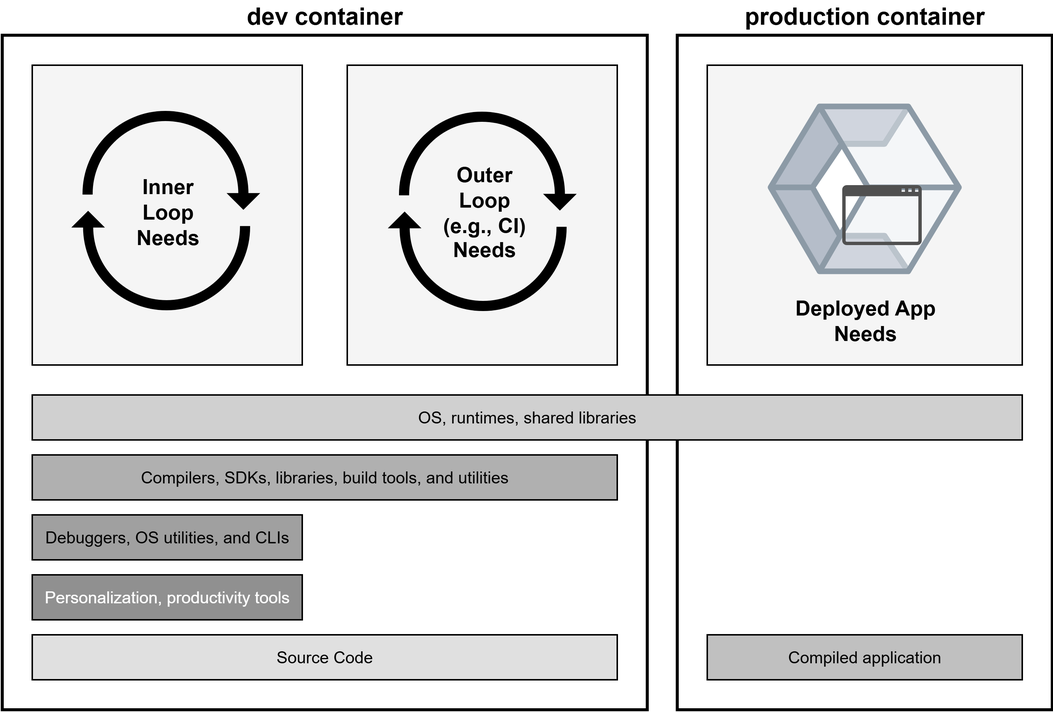
andygruber/master-thesis-mcce keeps this draw.io diagram as figures/DevelopmentContainers2025-devContainerStages.png. Above is the earlier version. Source tidied: cells renumbered, new cells last; positions are measured from the earlier drawing's top-left corner, leaving out a move shared by most shapes.
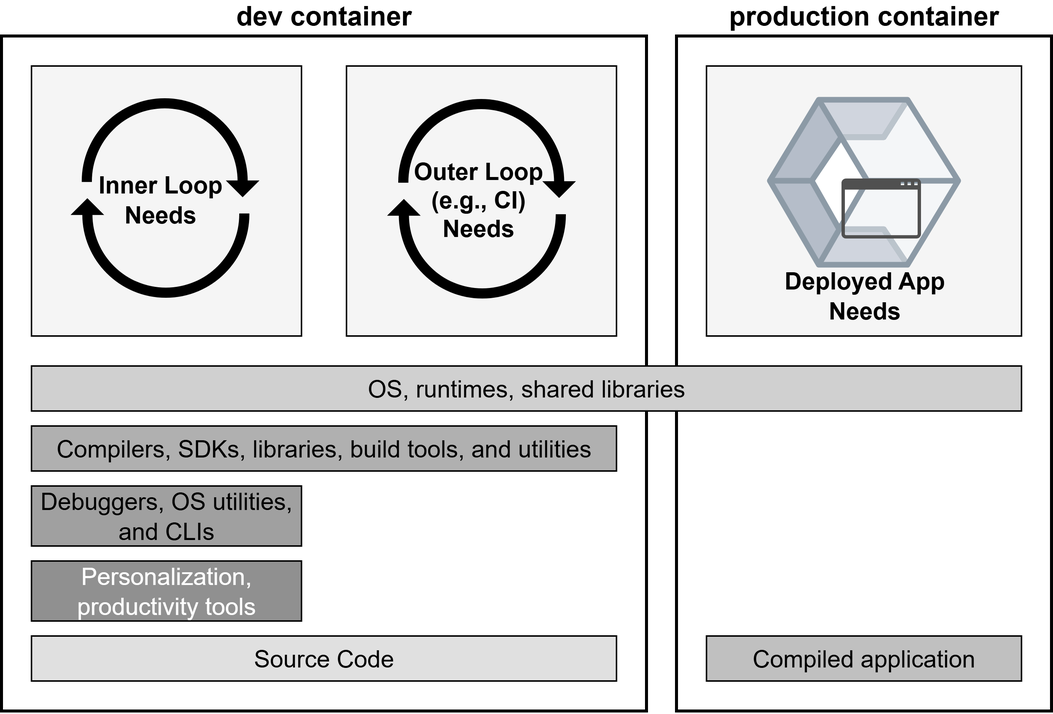
After the commit.

The edit, as a diff of the source:
```diff
@@ -2,10 +2,10 @@
   <root>
     <mxCell id="0" />
     <mxCell id="1" parent="0" />
-    <mxCell id="2" value="dev container" style="text;html=1;strokeColor=none;fillColor=none;align=center;verticalAlign=middle;whiteSpace=wrap;rounded=0;fontSize=16;fontStyle=1;fontColor=#000000;" parent="1" vertex="1">
+    <mxCell id="2" value="dev container" style="text;html=1;strokeColor=none;fillColor=none;align=center;verticalAlign=middle;whiteSpace=wrap;rounded=0;fontSize=18;fontStyle=1;fontColor=#000000;" parent="1" vertex="1">
       <mxGeometry width="430" height="20" as="geometry" />
     </mxCell>
-    <mxCell id="3" value="production container" style="text;html=1;strokeColor=none;fillColor=none;align=center;verticalAlign=middle;whiteSpace=wrap;rounded=0;fontSize=16;fontStyle=1;fontColor=#000000;" parent="1" vertex="1">
+    <mxCell id="3" value="production container" style="text;html=1;strokeColor=none;fillColor=none;align=center;verticalAlign=middle;whiteSpace=wrap;rounded=0;fontSize=18;fontStyle=1;fontColor=#000000;" parent="1" vertex="1">
       <mxGeometry x="450" width="250" height="20" as="geometry" />
     </mxCell>
     <mxCell id="4" style="rounded=0;whiteSpace=wrap;html=1;strokeColor=#000000;fillColor=#FFFFFF;strokeWidth=2;" parent="1" vertex="1">
@@ -15,58 +15,58 @@
       <mxGeometry x="450" y="23" width="250" height="450" as="geometry" />
     </mxCell>
     <mxCell id="6" style="rounded=0;whiteSpace=wrap;html=1;strokeColor=#000000;fillColor=#F5F5F5;strokeWidth=1;" parent="1" vertex="1">
-      <mxGeometry x="20" y="43" width="180" height="200" as="geometry" />
+      <mxGeometry x="20" y="43" width="180" height="180" as="geometry" />
     </mxCell>
-    <mxCell id="7" value="Inner Loop&#10;Needs" style="text;html=1;strokeColor=none;fillColor=none;align=center;verticalAlign=middle;whiteSpace=wrap;rounded=0;fontSize=14;fontColor=#000000;fontStyle=1;" parent="1" vertex="1">
-      <mxGeometry x="76.7" y="118" width="66.6" height="45" as="geometry" />
+    <mxCell id="7" value="Inner Loop&#10;Needs" style="text;html=1;strokeColor=none;fillColor=none;align=center;verticalAlign=middle;whiteSpace=wrap;rounded=0;fontSize=16;fontColor=#000000;fontStyle=1;" parent="1" vertex="1">
+      <mxGeometry x="56" y="109" width="100" height="45" as="geometry" />
     </mxCell>
     <mxCell id="8" style="rounded=0;whiteSpace=wrap;html=1;strokeColor=#000000;fillColor=#F5F5F5;strokeWidth=1;" parent="1" vertex="1">
-      <mxGeometry x="230" y="43" width="180" height="200" as="geometry" />
+      <mxGeometry x="230" y="43" width="180" height="180" as="geometry" />
     </mxCell>
     <mxCell id="9" style="rounded=0;whiteSpace=wrap;html=1;strokeColor=#000000;fillColor=#F5F5F5;strokeWidth=1;" parent="1" vertex="1">
-      <mxGeometry x="470" y="43" width="210" height="200" as="geometry" />
+      <mxGeometry x="470" y="43" width="210" height="180" as="geometry" />
     </mxCell>
-    <mxCell id="10" value="Deployed App&#10;Needs" style="text;html=1;strokeColor=none;fillColor=none;align=center;verticalAlign=middle;whiteSpace=wrap;rounded=0;fontSize=14;fontColor=#000000;fontStyle=1;" parent="1" vertex="1">
-      <mxGeometry x="512.5" y="193" width="125" height="40" as="geometry" />
+    <mxCell id="10" value="Deployed App&#10;Needs" style="text;html=1;strokeColor=none;fillColor=none;align=center;verticalAlign=middle;whiteSpace=wrap;rounded=0;fontSize=16;fontColor=#000000;fontStyle=1;" parent="1" vertex="1">
+      <mxGeometry x="512.5" y="176" width="125" height="40" as="geometry" />
     </mxCell>
-    <mxCell id="11" value="OS, runtimes, shared libraries" style="rounded=0;whiteSpace=wrap;html=1;strokeColor=#000000;fillColor=#D0D0D0;strokeWidth=1;fontSize=11;fontColor=#000000;align=center;" parent="1" vertex="1">
-      <mxGeometry x="20" y="263" width="660" height="30" as="geometry" />
+    <mxCell id="11" value="OS, runtimes, shared libraries" style="rounded=0;whiteSpace=wrap;html=1;strokeColor=#000000;fillColor=#D0D0D0;strokeWidth=1;fontSize=16;fontColor=#000000;align=center;" parent="1" vertex="1">
+      <mxGeometry x="20" y="243" width="660" height="30" as="geometry" />
     </mxCell>
-    <mxCell id="12" value="Compilers, SDKs, libraries, build tools, and utilities" style="rounded=0;whiteSpace=wrap;html=1;strokeColor=#000000;fillColor=#B0B0B0;strokeWidth=1;fontSize=11;fontColor=#000000;align=center;" parent="1" vertex="1">
-      <mxGeometry x="20" y="303" width="390" height="30" as="geometry" />
+    <mxCell id="12" value="Compilers, SDKs, libraries, build tools, and utilities" style="rounded=0;whiteSpace=wrap;html=1;strokeColor=#000000;fillColor=#B0B0B0;strokeWidth=1;fontSize=16;fontColor=#000000;align=center;" parent="1" vertex="1">
+      <mxGeometry x="20" y="283" width="390" height="30" as="geometry" />
     </mxCell>
-    <mxCell id="13" value="Debuggers, OS utilities, and CLIs" style="rounded=0;whiteSpace=wrap;html=1;strokeColor=#000000;fillColor=#A0A0A0;strokeWidth=1;fontSize=11;fontColor=#000000;align=center;" parent="1" vertex="1">
-      <mxGeometry x="20" y="343" width="180" height="30" as="geometry" />
+    <mxCell id="13" value="Debuggers, OS utilities, and CLIs" style="rounded=0;whiteSpace=wrap;html=1;strokeColor=#000000;fillColor=#A0A0A0;strokeWidth=1;fontSize=16;fontColor=#000000;align=center;" parent="1" vertex="1">
+      <mxGeometry x="20" y="323" width="180" height="40" as="geometry" />
     </mxCell>
-    <mxCell id="14" value="Personalization, productivity tools" style="rounded=0;whiteSpace=wrap;html=1;strokeColor=#000000;fillColor=#909090;strokeWidth=1;fontSize=11;fontColor=#FFFFFF;align=center;" parent="1" vertex="1">
-      <mxGeometry x="20" y="383" width="180" height="30" as="geometry" />
+    <mxCell id="14" value="Personalization, productivity tools" style="rounded=0;whiteSpace=wrap;html=1;strokeColor=#000000;fillColor=#909090;strokeWidth=1;fontSize=16;fontColor=#FFFFFF;align=center;" parent="1" vertex="1">
+      <mxGeometry x="20" y="373" width="180" height="40" as="geometry" />
     </mxCell>
-    <mxCell id="15" value="Source Code" style="rounded=0;whiteSpace=wrap;html=1;strokeColor=#000000;fillColor=#E0E0E0;strokeWidth=1;fontSize=11;fontColor=#000000;align=center;" parent="1" vertex="1">
+    <mxCell id="15" value="Source Code" style="rounded=0;whiteSpace=wrap;html=1;strokeColor=#000000;fillColor=#E0E0E0;strokeWidth=1;fontSize=16;fontColor=#000000;align=center;" parent="1" vertex="1">
       <mxGeometry x="20" y="423" width="390" height="30" as="geometry" />
     </mxCell>
-    <mxCell id="16" value="Compiled application" style="rounded=0;whiteSpace=wrap;html=1;strokeColor=#000000;fillColor=#C0C0C0;strokeWidth=1;fontSize=11;fontColor=#000000;align=center;" parent="1" vertex="1">
+    <mxCell id="16" value="Compiled application" style="rounded=0;whiteSpace=wrap;html=1;strokeColor=#000000;fillColor=#C0C0C0;strokeWidth=1;fontSize=16;fontColor=#000000;align=center;" parent="1" vertex="1">
       <mxGeometry x="470" y="423" width="210" height="30" as="geometry" />
     </mxCell>
     <mxCell id="17" style="image;perimeter=ellipsePerimeter;html=1;align=center;fontSize=12;verticalAlign=top;fontColor=#364149;shadow=0;dashed=0;image=img/lib/cumulus/container.svg;" parent="1" vertex="1">
-      <mxGeometry x="510.3" y="68" width="129.4" height="115" as="geometry" />
+      <mxGeometry x="510.3" y="63" width="129.4" height="115" as="geometry" />
     </mxCell>
     <mxCell id="18" style="sketch=0;shadow=0;dashed=0;html=1;strokeColor=none;fillColor=#505050;labelPosition=center;verticalLabelPosition=bottom;verticalAlign=top;align=center;shape=mxgraph.office.concepts.application_generic;fillStyle=auto;" parent="1" vertex="1">
-      <mxGeometry x="560" y="123" width="53" height="40" as="geometry" />
+      <mxGeometry x="560" y="118" width="53" height="40" as="geometry" />
     </mxCell>
     <mxCell id="19" style="html=1;shadow=0;dashed=0;align=center;verticalAlign=middle;shape=mxgraph.arrows2.uTurnArrow;dy=2.88;arrowHead=20;dx2=10;fillStyle=solid;fillColor=#000000;direction=south;" parent="1" vertex="1">
-      <mxGeometry x="54" y="74" width="116.8" height="20" as="geometry" />
+      <mxGeometry x="54" y="65" width="116.8" height="20" as="geometry" />
     </mxCell>
     <mxCell id="20" style="html=1;shadow=0;dashed=0;align=center;verticalAlign=middle;shape=mxgraph.arrows2.uTurnArrow;dy=2.88;arrowHead=20;dx2=10;fillStyle=solid;fillColor=#000000;direction=north;" parent="1" vertex="1">
-      <mxGeometry x="47.2" y="186" width="117.5" height="20" as="geometry" />
+      <mxGeometry x="47.2" y="177" width="117.5" height="20" as="geometry" />
     </mxCell>
-    <mxCell id="21" value="Outer Loop (e.g., CI) Needs" style="text;html=1;strokeColor=none;fillColor=none;align=center;verticalAlign=middle;whiteSpace=wrap;rounded=0;fontSize=14;fontColor=#000000;fontStyle=1;" parent="1" vertex="1">
-      <mxGeometry x="287.7" y="118.5" width="66.6" height="45" as="geometry" />
+    <mxCell id="21" value="Outer Loop (e.g., CI) Needs" style="text;html=1;strokeColor=none;fillColor=none;align=center;verticalAlign=middle;whiteSpace=wrap;rounded=0;fontSize=16;fontColor=#000000;fontStyle=1;" parent="1" vertex="1">
+      <mxGeometry x="268" y="109.5" width="100" height="45" as="geometry" />
     </mxCell>
     <mxCell id="22" style="html=1;shadow=0;dashed=0;align=center;verticalAlign=middle;shape=mxgraph.arrows2.uTurnArrow;dy=2.88;arrowHead=20;dx2=10;fillStyle=solid;fillColor=#000000;direction=south;" parent="1" vertex="1">
-      <mxGeometry x="265" y="74.5" width="116.8" height="20" as="geometry" />
+      <mxGeometry x="265" y="65.5" width="116.8" height="20" as="geometry" />
     </mxCell>
     <mxCell id="23" style="html=1;shadow=0;dashed=0;align=center;verticalAlign=middle;shape=mxgraph.arrows2.uTurnArrow;dy=2.88;arrowHead=20;dx2=10;fillStyle=solid;fillColor=#000000;direction=north;" parent="1" vertex="1">
-      <mxGeometry x="258.2" y="186.5" width="117.5" height="20" as="geometry" />
+      <mxGeometry x="258.2" y="177.5" width="117.5" height="20" as="geometry" />
     </mxCell>
   </root>
 </mxGraphModel>
```
